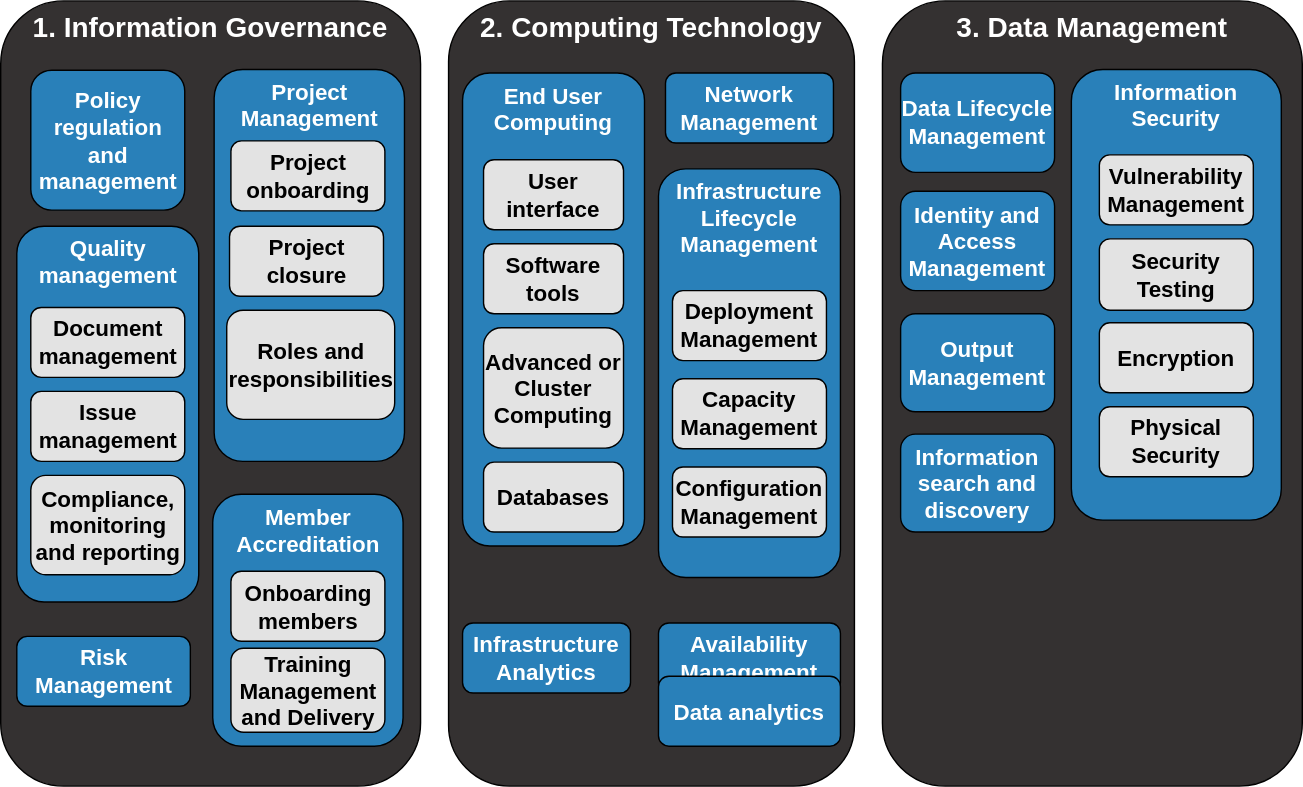
Earlier version of the draw.io export docs/images/Capability_Map/full.drawio.svg (sa-tre/satre-specification). Source tidied: cells renumbered, new cells last; positions are measured from the earlier drawing's top-left corner, leaving out a move shared by most shapes.
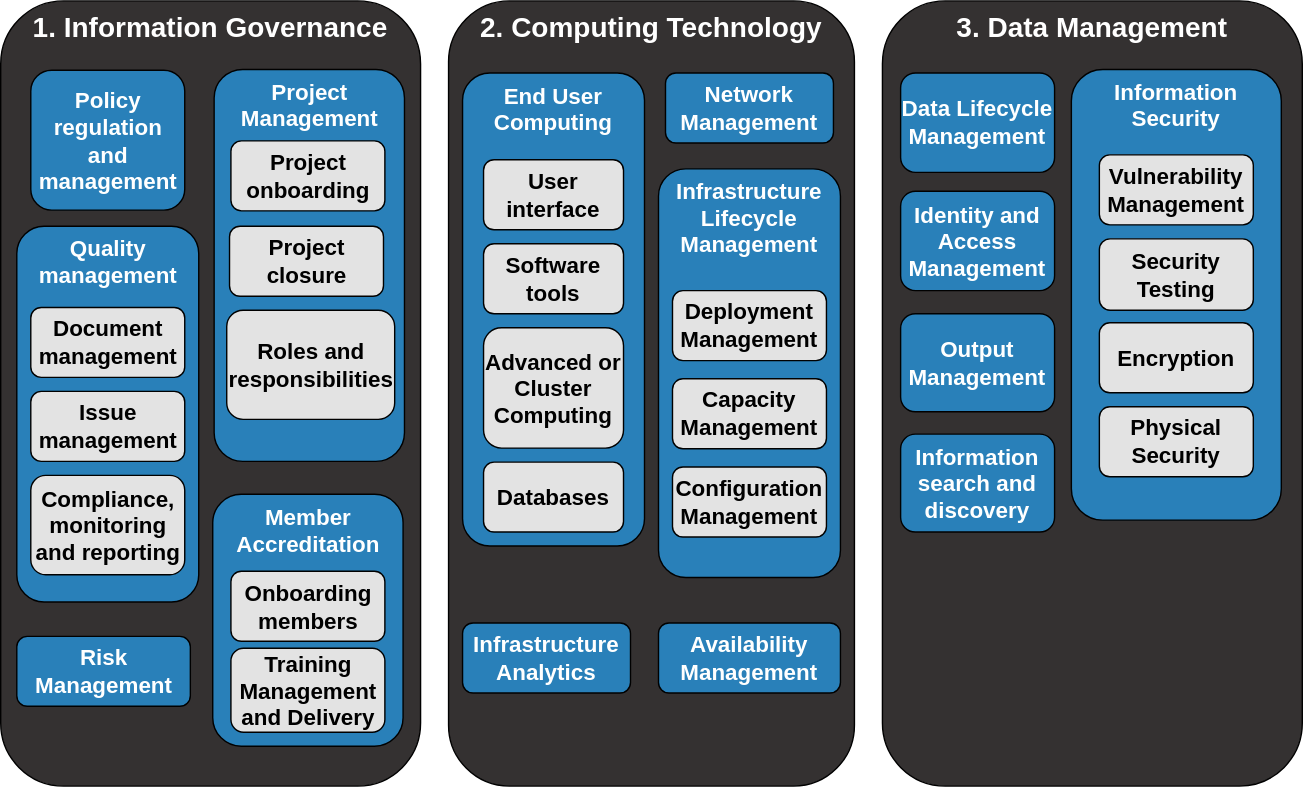
Above is the later version.

Diff of the diagram source:
```diff
@@ -110,9 +110,6 @@
     <mxCell id="37" value="&lt;font style=&quot;font-size: 16px;&quot;&gt;Availability Management&lt;/font&gt;" style="rounded=1;whiteSpace=wrap;html=1;fillColor=#2980B9;strokeColor=#000000;fontSize=16;fontStyle=1;fontColor=#FFFFFF;" parent="1" vertex="1">
       <mxGeometry x="470" y="444.5" width="130" height="50" as="geometry" />
     </mxCell>
-    <mxCell id="38" value="&lt;font style=&quot;font-size: 16px;&quot;&gt;Data analytics&lt;/font&gt;" style="rounded=1;whiteSpace=wrap;html=1;fillColor=#2980B9;strokeColor=#000000;fontSize=16;fontStyle=1;fontColor=#FFFFFF;" parent="1" vertex="1">
-      <mxGeometry x="470" y="482.5" width="130" height="50" as="geometry" />
-    </mxCell>
     <mxCell id="39" value="&lt;font style=&quot;font-size: 16px;&quot;&gt;Information search and discovery&lt;/font&gt;" style="rounded=1;whiteSpace=wrap;html=1;fillColor=#2980B9;strokeColor=#000000;fontSize=16;fontStyle=1;fontColor=#FFFFFF;" parent="1" vertex="1">
       <mxGeometry x="643" y="309.5" width="110" height="70" as="geometry" />
     </mxCell>
```
